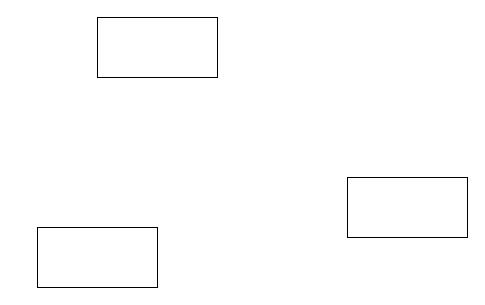
Above: Test.drawio in AdampBoucher/DrawioTest (draw.io), before the change. Source tidied: cells renumbered, new cells numbered last; positions are measured from the earlier drawing's top-left corner, leaving out a move shared by most shapes. Both pictures are drawn from the tidied source at 100%, with x=0, y=0 at pixel (37, 17).
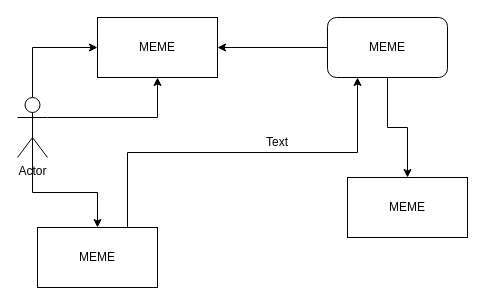
After the change.

What changed in the source:
```diff
@@
 <mxGraphModel>
   <root>
     <mxCell id="0" />
     <mxCell id="1" parent="0" />
-    <mxCell id="2" style="rounded=0;whiteSpace=wrap;html=1;" parent="1" vertex="1">
+    <mxCell id="2" value="MEME" style="rounded=0;whiteSpace=wrap;html=1;" parent="1" vertex="1">
       <mxGeometry x="60" width="120" height="60" as="geometry" />
     </mxCell>
-    <mxCell id="3" style="rounded=0;whiteSpace=wrap;html=1;" parent="1" vertex="1">
+    <mxCell id="3" value="MEME" style="rounded=0;whiteSpace=wrap;html=1;" parent="1" vertex="1">
       <mxGeometry x="310" y="160" width="120" height="60" as="geometry" />
     </mxCell>
+    <mxCell id="5" style="edgeStyle=orthogonalEdgeStyle;rounded=0;jettySize=auto;html=1;exitX=0.75;exitY=0;exitDx=0;exitDy=0;entryX=0.25;entryY=1;entryDx=0;entryDy=0;" parent="1" edge="1" source="4" target="9">
+      <mxGeometry relative="1" as="geometry" />
+    </mxCell>
-    <mxCell id="4" style="rounded=0;whiteSpace=wrap;html=1;" parent="1" vertex="1">
+    <mxCell id="4" value="MEME" style="rounded=0;whiteSpace=wrap;html=1;" parent="1" vertex="1">
       <mxGeometry y="210" width="120" height="60" as="geometry" />
     </mxCell>
+    <mxCell id="6" value="Text" style="text;html=1;strokeColor=none;fillColor=none;align=center;verticalAlign=middle;whiteSpace=wrap;rounded=0;" parent="1" vertex="1">
+      <mxGeometry x="210" y="110" width="60" height="30" as="geometry" />
+    </mxCell>
+    <mxCell id="7" style="edgeStyle=orthogonalEdgeStyle;rounded=0;jettySize=auto;html=1;exitX=0.5;exitY=1;exitDx=0;exitDy=0;" parent="1" edge="1" source="9" target="3">
+      <mxGeometry relative="1" as="geometry" />
+    </mxCell>
+    <mxCell id="8" style="edgeStyle=orthogonalEdgeStyle;rounded=0;jettySize=auto;html=1;exitX=0;exitY=0.5;exitDx=0;exitDy=0;entryX=1;entryY=0.5;entryDx=0;entryDy=0;" parent="1" edge="1" source="9" target="2">
+      <mxGeometry relative="1" as="geometry" />
+    </mxCell>
+    <mxCell id="9" value="MEME" style="rounded=1;whiteSpace=wrap;html=1;" parent="1" vertex="1">
+      <mxGeometry x="290" width="120" height="60" as="geometry" />
+    </mxCell>
+    <mxCell id="10" style="edgeStyle=orthogonalEdgeStyle;rounded=0;jettySize=auto;html=1;exitX=1;exitY=0.3333333333333333;exitDx=0;exitDy=0;exitPerimeter=0;entryX=0.5;entryY=1;entryDx=0;entryDy=0;" parent="1" edge="1" source="13" target="2">
+      <mxGeometry relative="1" as="geometry" />
+    </mxCell>
+    <mxCell id="11" style="edgeStyle=orthogonalEdgeStyle;rounded=0;jettySize=auto;html=1;exitX=0.5;exitY=0.5;exitDx=0;exitDy=0;exitPerimeter=0;entryX=0.5;entryY=0;entryDx=0;entryDy=0;" parent="1" edge="1" source="13" target="4">
+      <mxGeometry relative="1" as="geometry" />
+    </mxCell>
+    <mxCell id="12" style="edgeStyle=orthogonalEdgeStyle;rounded=0;jettySize=auto;html=1;exitX=0.5;exitY=0;exitDx=0;exitDy=0;exitPerimeter=0;entryX=0;entryY=0.5;entryDx=0;entryDy=0;" parent="1" edge="1" source="13" target="2">
+      <mxGeometry relative="1" as="geometry" />
+    </mxCell>
+    <mxCell id="13" value="Actor" style="shape=umlActor;verticalLabelPosition=bottom;verticalAlign=top;html=1;outlineConnect=0;" parent="1" vertex="1">
+      <mxGeometry x="-20" y="80" width="30" height="60" as="geometry" />
+    </mxCell>
   </root>
 </mxGraphModel>
```
